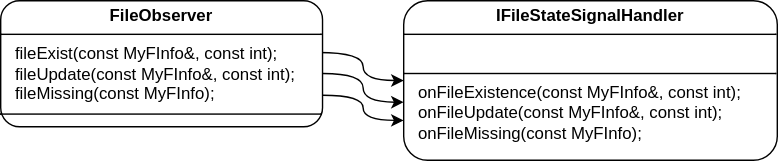
The draw.io diagram ReadmeDoc/SignalsAndSlots.svg in ILoveHumanity/FileWarden, before a commit. Source tidied: cells renumbered, new cells last; positions are measured from the earlier drawing's top-left corner, leaving out a move shared by most shapes.
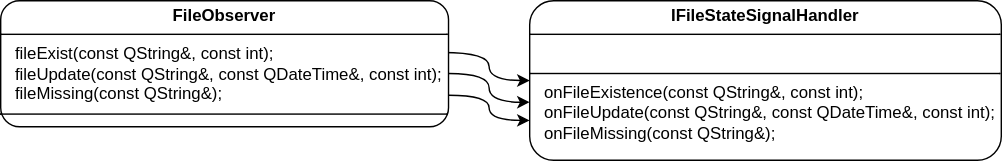
Later version of the same file.

Change to the diagram source:
```diff
@@ -5,11 +5,11 @@
     <mxCell id="2" style="edgeStyle=orthogonalEdgeStyle;rounded=0;jettySize=auto;html=1;exitX=0.987;exitY=0.411;exitDx=0;exitDy=0;entryX=0;entryY=0.5;entryDx=0;entryDy=0;exitPerimeter=0;curved=1;" parent="1" edge="1" source="3" target="4">
       <mxGeometry relative="1" as="geometry" />
     </mxCell>
-    <mxCell id="3" value="&lt;p style=&quot;margin: 4px 0px 0px;&quot;&gt;&lt;b&gt;FileObserver&lt;/b&gt;&lt;/p&gt;&lt;hr size=&quot;1&quot; style=&quot;border-style:solid;&quot;&gt;&lt;p style=&quot;text-align: left; margin: 0px 0px 0px 4px;&quot;&gt;&amp;nbsp; fileExist(const MyFInfo&amp;amp;, const int);&lt;/p&gt;&lt;p style=&quot;text-align: left; margin: 0px 0px 0px 4px;&quot;&gt;&amp;nbsp; fileUpdate(const MyFInfo&amp;amp;, const int);&lt;/p&gt;&lt;p style=&quot;text-align: left; margin: 0px 0px 0px 4px;&quot;&gt;&amp;nbsp; fileMissing(const MyFInfo);&lt;/p&gt;&lt;hr size=&quot;1&quot; style=&quot;border-style:solid;&quot;&gt;&lt;p style=&quot;margin:0px;margin-left:4px;&quot;&gt;&lt;br&gt;&lt;/p&gt;" style="verticalAlign=top;align=center;overflow=fill;html=1;whiteSpace=wrap;rounded=1;" parent="1" vertex="1">
-      <mxGeometry width="230" height="90" as="geometry" />
+    <mxCell id="3" value="&lt;p style=&quot;margin: 4px 0px 0px;&quot;&gt;&lt;b&gt;FileObserver&lt;/b&gt;&lt;/p&gt;&lt;hr size=&quot;1&quot; style=&quot;border-style:solid;&quot;&gt;&lt;p style=&quot;text-align: left; margin: 0px 0px 0px 4px;&quot;&gt;&amp;nbsp; fileExist(const QString&amp;amp;, const int);&lt;/p&gt;&lt;p style=&quot;text-align: left; margin: 0px 0px 0px 4px;&quot;&gt;&amp;nbsp; fileUpdate(const QString&amp;amp;,&amp;nbsp;&lt;span style=&quot;background-color: transparent; color: light-dark(rgb(0, 0, 0), rgb(255, 255, 255));&quot;&gt;const QDateTime&amp;amp;&lt;/span&gt;&lt;span style=&quot;background-color: transparent; color: light-dark(rgb(0, 0, 0), rgb(255, 255, 255));&quot;&gt;, const int);&lt;/span&gt;&lt;/p&gt;&lt;p style=&quot;text-align: left; margin: 0px 0px 0px 4px;&quot;&gt;&amp;nbsp; fileMissing(const QString&amp;amp;);&lt;/p&gt;&lt;hr size=&quot;1&quot; style=&quot;border-style:solid;&quot;&gt;&lt;p style=&quot;margin:0px;margin-left:4px;&quot;&gt;&lt;br&gt;&lt;/p&gt;" style="verticalAlign=top;align=center;overflow=fill;html=1;whiteSpace=wrap;rounded=1;" parent="1" vertex="1">
+      <mxGeometry x="-90" width="320" height="90" as="geometry" />
     </mxCell>
-    <mxCell id="4" value="&lt;p style=&quot;margin: 4px 0px 0px;&quot;&gt;&lt;span style=&quot;background-color: transparent;&quot;&gt;&lt;b&gt;IFileStateSignalHandler&lt;/b&gt;&lt;/span&gt;&lt;/p&gt;&lt;hr size=&quot;1&quot; style=&quot;border-style:solid;&quot;&gt;&lt;p style=&quot;text-align: left; margin: 0px 0px 0px 4px;&quot;&gt;&lt;br&gt;&lt;/p&gt;&lt;hr size=&quot;1&quot; style=&quot;border-style:solid;&quot;&gt;&lt;p style=&quot;text-align: left; margin: 0px 0px 0px 4px;&quot;&gt;&amp;nbsp; onFileExistence(const MyFInfo&amp;amp;, const int);&lt;/p&gt;&lt;p style=&quot;text-align: left; margin: 0px 0px 0px 4px;&quot;&gt;&amp;nbsp; onFileUpdate(const MyFInfo&amp;amp;, const int);&lt;/p&gt;&lt;p style=&quot;text-align: left; margin: 0px 0px 0px 4px;&quot;&gt;&amp;nbsp; onFileMissing(const MyFInfo);&lt;/p&gt;" style="verticalAlign=top;align=center;overflow=fill;html=1;whiteSpace=wrap;rounded=1;" parent="1" vertex="1">
-      <mxGeometry x="288" width="267" height="114" as="geometry" />
+    <mxCell id="4" value="&lt;p style=&quot;margin: 4px 0px 0px;&quot;&gt;&lt;span style=&quot;background-color: transparent;&quot;&gt;&lt;b&gt;IFileStateSignalHandler&lt;/b&gt;&lt;/span&gt;&lt;/p&gt;&lt;hr size=&quot;1&quot; style=&quot;border-style:solid;&quot;&gt;&lt;p style=&quot;text-align: left; margin: 0px 0px 0px 4px;&quot;&gt;&lt;br&gt;&lt;/p&gt;&lt;hr size=&quot;1&quot; style=&quot;border-style:solid;&quot;&gt;&lt;p style=&quot;text-align: left; margin: 0px 0px 0px 4px;&quot;&gt;&amp;nbsp; onFileExistence(const QString&amp;amp;, const int);&lt;/p&gt;&lt;p style=&quot;text-align: left; margin: 0px 0px 0px 4px;&quot;&gt;&amp;nbsp; onFileUpdate(const QString&amp;amp;, const QDateTime&amp;amp;, const int);&lt;/p&gt;&lt;p style=&quot;text-align: left; margin: 0px 0px 0px 4px;&quot;&gt;&amp;nbsp; onFileMissing(const QString&amp;amp;);&lt;/p&gt;" style="verticalAlign=top;align=center;overflow=fill;html=1;whiteSpace=wrap;rounded=1;" parent="1" vertex="1">
+      <mxGeometry x="288" width="337" height="114" as="geometry" />
     </mxCell>
     <mxCell id="5" style="edgeStyle=orthogonalEdgeStyle;rounded=0;jettySize=auto;html=1;exitX=1;exitY=0.578;exitDx=0;exitDy=0;entryX=0;entryY=0.636;entryDx=0;entryDy=0;curved=1;entryPerimeter=0;exitPerimeter=0;" parent="1" edge="1" source="3" target="4">
       <mxGeometry relative="1" as="geometry" />
```
